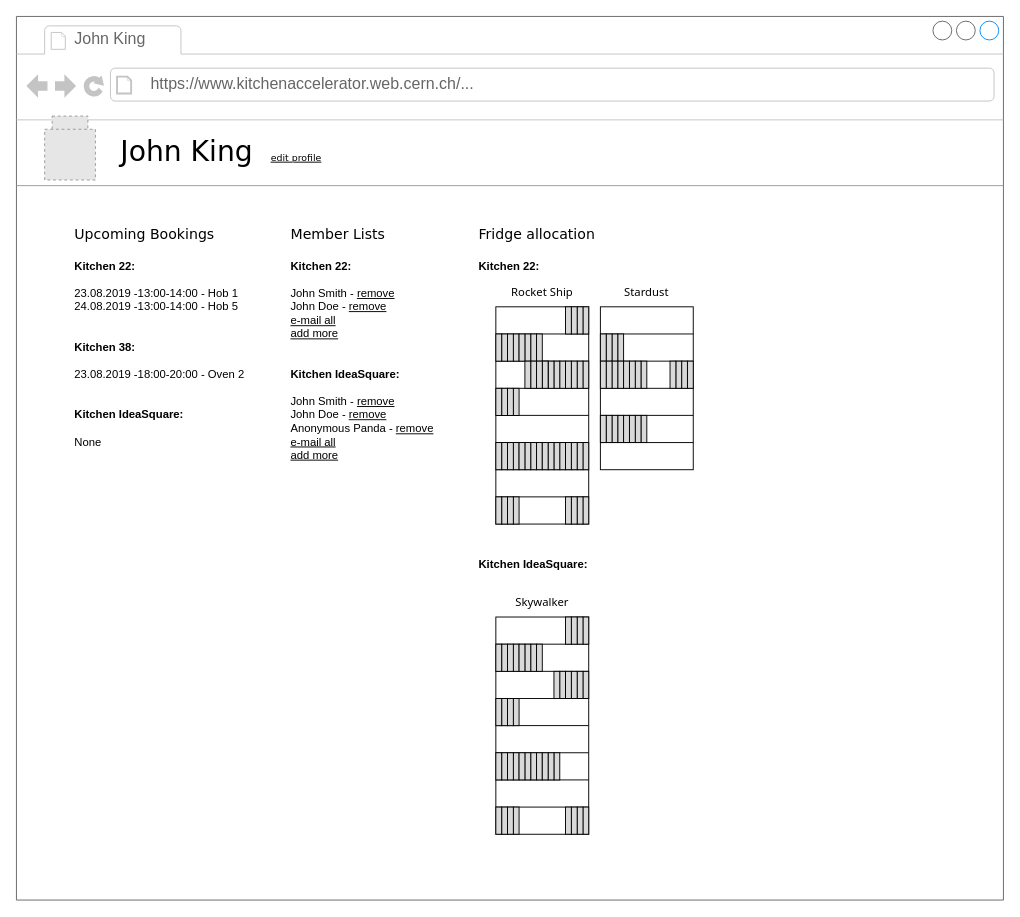
This is page "Manager" (2 of 10) of media/wireframes/wireframes.drawio from DEUCE1957/kitchen-accelerator, a draw.io file, before an edit. Source tidied: cells renumbered, new cells numbered last; positions are measured from the earlier drawing's top-left corner, leaving out a move shared by most shapes. Both pictures are drawn from the tidied source at 94%, with x=0, y=0 at pixel (16, 16). Pictures stored in the file or linked from it are replaced by grey dashed boxes.
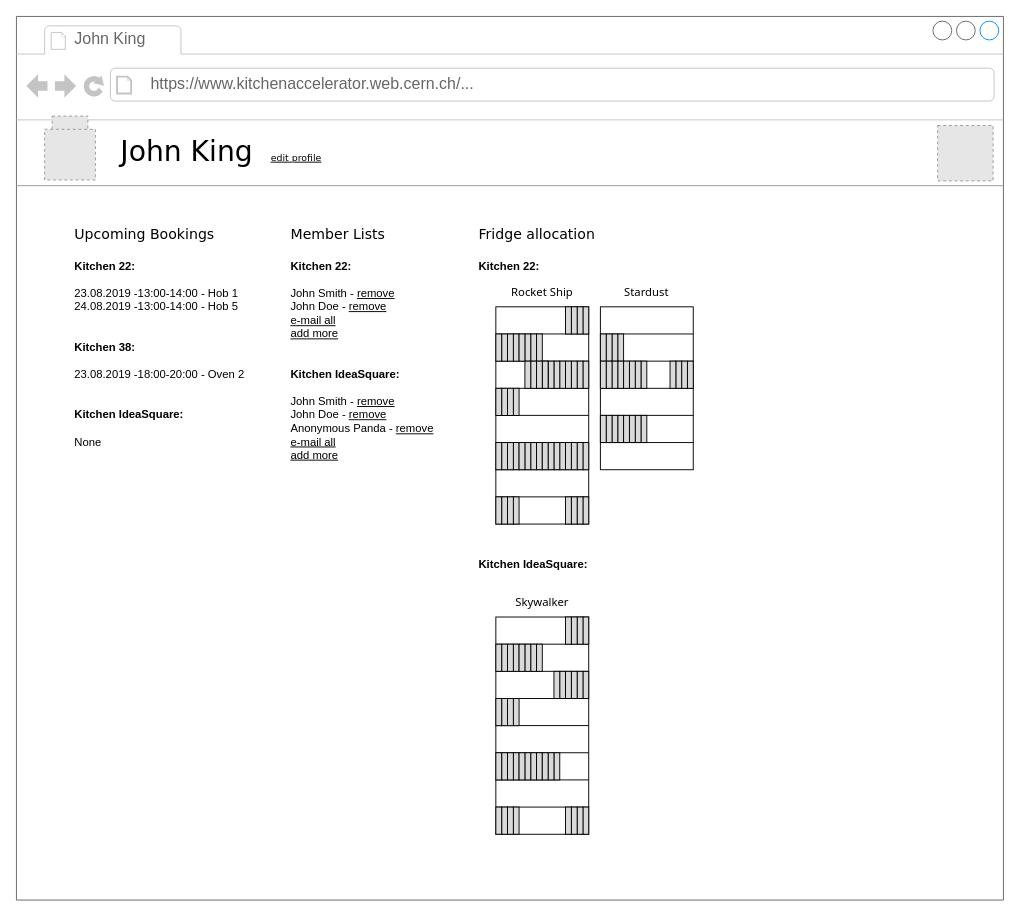
The same diagram, later.

Change to the diagram source:
```diff
@@
+    <mxCell id="160" style="fillColor=#E6E6E6;strokeColor=#999999;dashed=1;verticalLabelPosition=bottom;labelBackgroundColor=#ffffff;verticalAlign=top;" parent="1" vertex="1">
+      <mxGeometry x="980" y="116" width="59" height="59" as="geometry" />
+    </mxCell>
```
